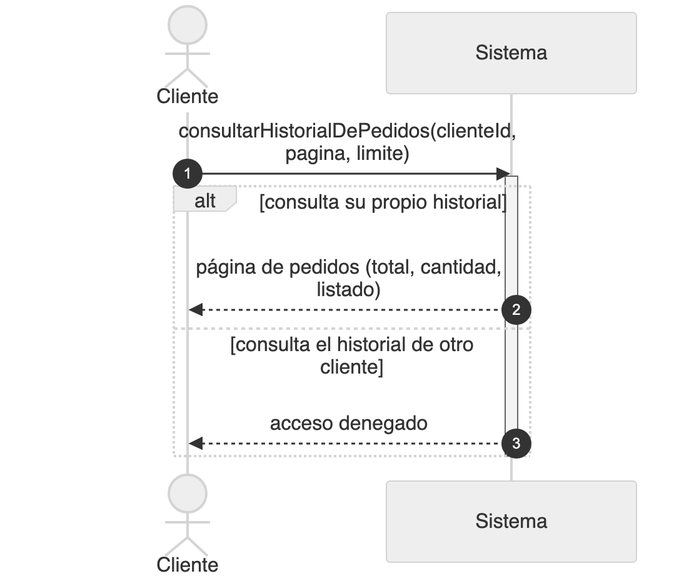
Above: diagramas/png/DSS_CU-007_Consultar-Historial-De-Pedidos.png in Nahuelito-Dev/splg-docs (Mermaid), before the change. Its source is kept beside it as diagramas/DSS_CU-007_Consultar-Historial-De-Pedidos.mmd.
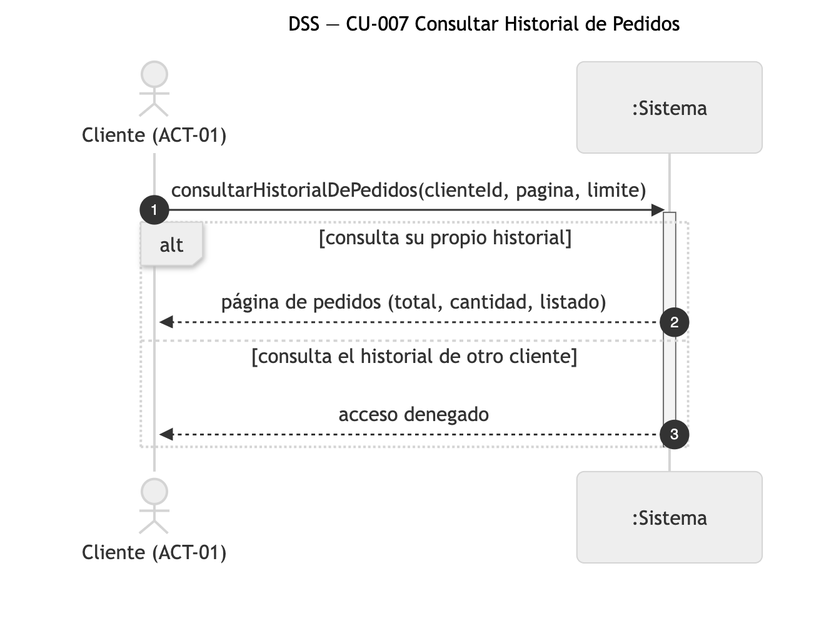
Above is the later version.

What changed in the source:
```diff
@@ -1,8 +1,8 @@
 sequenceDiagram
-    title DSS — CU-007 Consultar Historial De Pedidos
+    title DSS — CU-007 Consultar Historial de Pedidos
     autonumber
-    actor CLI as Cliente
-    participant SIS as Sistema
+    actor CLI as Cliente (ACT-01)
+    participant SIS as :Sistema
 
     CLI->>SIS: consultarHistorialDePedidos(clienteId, pagina, limite)
     activate SIS
```
